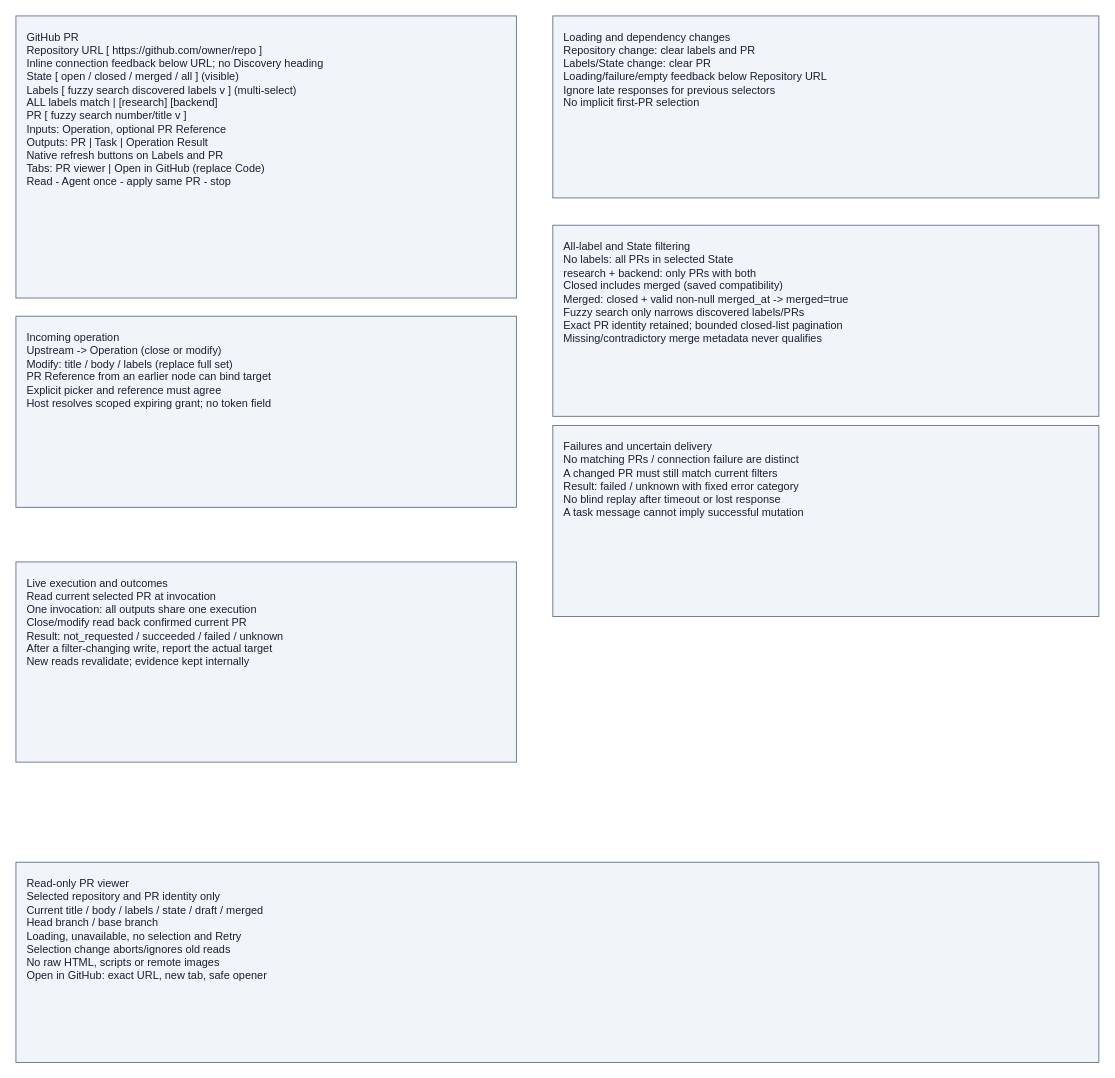
Above: page "GitHub PR" (1 of 3) of projects/laomedo/subsystems/issue-integration/design/github-pr-node.drawio in amadou-6e/specs (draw.io), before the change. Source tidied: cells renumbered, new cells numbered last; positions are measured from the earlier drawing's top-left corner, leaving out a move shared by most shapes. Both pictures are drawn from the tidied source at 91%, with x=0, y=0 at pixel (15, 15).
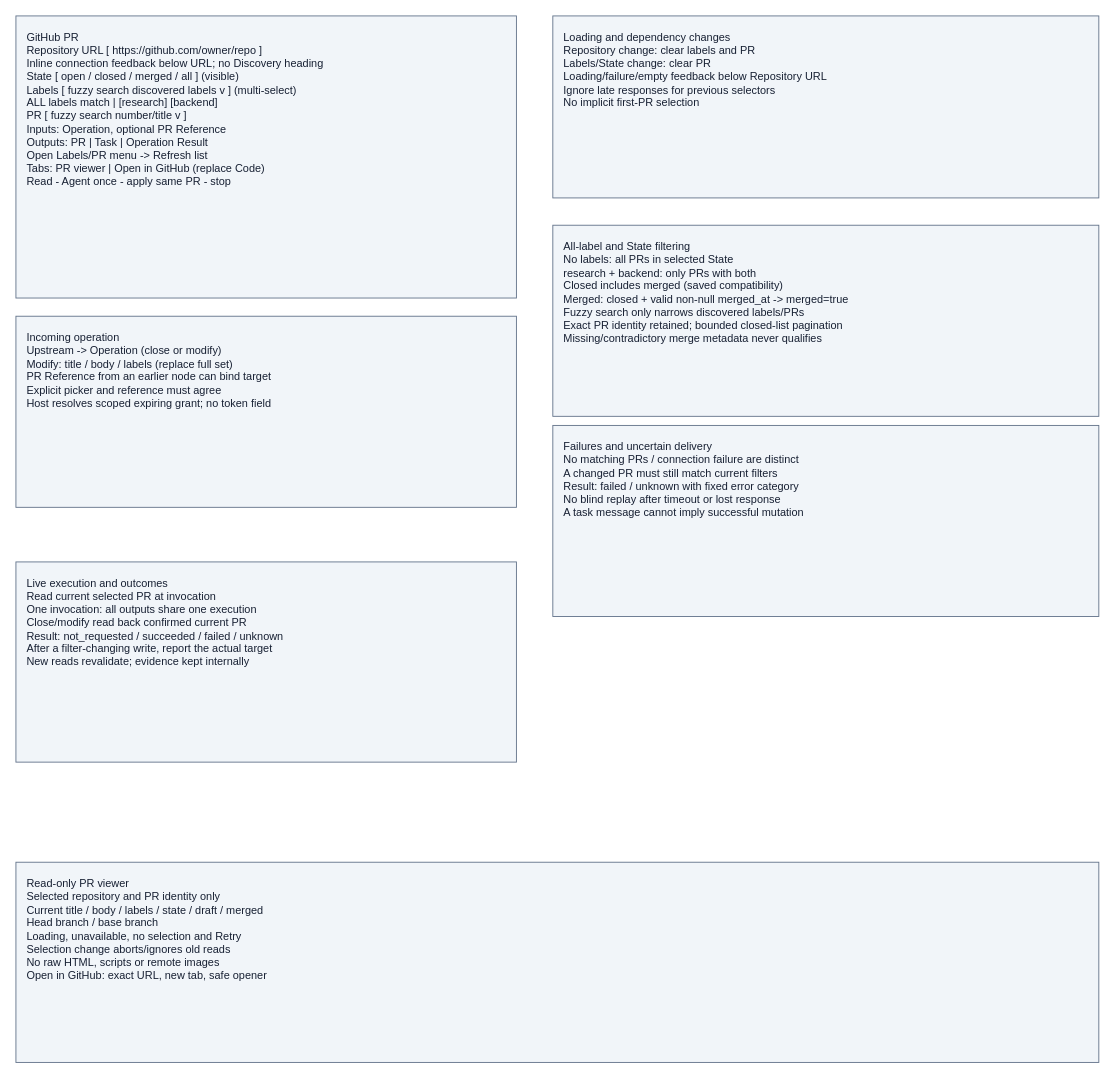
The same page after the edit.

Commit message (it also covers changes not shown here):
Align PR refresh design with native selector menus (#414)

Diff of the diagram source:
```diff
@@
 <mxGraphModel>
   <root>
     <mxCell id="0" />
     <mxCell id="1" parent="0" />
-    <mxCell id="2" value="GitHub PR&#10;Repository URL [ https://github.com/owner/repo ]&#10;Inline connection feedback below URL; no Discovery heading&#10;State [ open / closed / merged / all ] (visible)&#10;Labels [ fuzzy search discovered labels v ] (multi-select)&#10;ALL labels match | [research] [backend]&#10;PR [ fuzzy search number/title v ]&#10;Inputs: Operation, optional PR Reference&#10;Outputs: PR | Task | Operation Result&#10;Native refresh buttons on Labels and PR&#10;Tabs: PR viewer | Open in GitHub (replace Code)&#10;Read - Agent once - apply same PR - stop" style="rounded=0;whiteSpace=wrap;html=0;align=left;verticalAlign=top;spacing=12;fillColor=#f1f5f9;strokeColor=#64748b;fontColor=#172033;" parent="1" vertex="1">
+    <mxCell id="2" value="GitHub PR&#10;Repository URL [ https://github.com/owner/repo ]&#10;Inline connection feedback below URL; no Discovery heading&#10;State [ open / closed / merged / all ] (visible)&#10;Labels [ fuzzy search discovered labels v ] (multi-select)&#10;ALL labels match | [research] [backend]&#10;PR [ fuzzy search number/title v ]&#10;Inputs: Operation, optional PR Reference&#10;Outputs: PR | Task | Operation Result&#10;Open Labels/PR menu -&gt; Refresh list&#10;Tabs: PR viewer | Open in GitHub (replace Code)&#10;Read - Agent once - apply same PR - stop" style="rounded=0;whiteSpace=wrap;html=0;align=left;verticalAlign=top;spacing=12;fillColor=#f1f5f9;strokeColor=#64748b;fontColor=#172033;" parent="1" vertex="1">
       <mxGeometry width="550" height="310" as="geometry" />
     </mxCell>
     <mxCell id="3" value="Loading and dependency changes&#10;Repository change: clear labels and PR&#10;Labels/State change: clear PR&#10;Loading/failure/empty feedback below Repository URL&#10;Ignore late responses for previous selectors&#10;No implicit first-PR selection" style="rounded=0;whiteSpace=wrap;html=0;align=left;verticalAlign=top;spacing=12;fillColor=#f1f5f9;strokeColor=#64748b;fontColor=#172033;" parent="1" vertex="1">
       <mxGeometry x="590" width="600" height="200" as="geometry" />
     </mxCell>
     <mxCell id="4" value="All-label and State filtering&#10;No labels: all PRs in selected State&#10;research + backend: only PRs with both&#10;Closed includes merged (saved compatibility)&#10;Merged: closed + valid non-null merged_at -&gt; merged=true&#10;Fuzzy search only narrows discovered labels/PRs&#10;Exact PR identity retained; bounded closed-list pagination&#10;Missing/contradictory merge metadata never qualifies" style="rounded=0;whiteSpace=wrap;html=0;align=left;verticalAlign=top;spacing=12;fillColor=#f1f5f9;strokeColor=#64748b;fontColor=#172033;" parent="1" vertex="1">
       <mxGeometry x="590" y="230" width="600" height="210" as="geometry" />
     </mxCell>
     <mxCell id="5" value="Incoming operation&#10;Upstream -&gt; Operation (close or modify)&#10;Modify: title / body / labels (replace full set)&#10;PR Reference from an earlier node can bind target&#10;Explicit picker and reference must agree&#10;Host resolves scoped expiring grant; no token field" style="rounded=0;whiteSpace=wrap;html=0;align=left;verticalAlign=top;spacing=12;fillColor=#f1f5f9;strokeColor=#64748b;fontColor=#172033;" parent="1" vertex="1">
       <mxGeometry y="330" width="550" height="210" as="geometry" />
     </mxCell>
     <mxCell id="6" value="Failures and uncertain delivery&#10;No matching PRs / connection failure are distinct&#10;A changed PR must still match current filters&#10;Result: failed / unknown with fixed error category&#10;No blind replay after timeout or lost response&#10;A task message cannot imply successful mutation" style="rounded=0;whiteSpace=wrap;html=0;align=left;verticalAlign=top;spacing=12;fillColor=#f1f5f9;strokeColor=#64748b;fontColor=#172033;" parent="1" vertex="1">
       <mxGeometry x="590" y="450" width="600" height="210" as="geometry" />
     </mxCell>
     <mxCell id="7" value="Live execution and outcomes&#10;Read current selected PR at invocation&#10;One invocation: all outputs share one execution&#10;Close/modify read back confirmed current PR&#10;Result: not_requested / succeeded / failed / unknown&#10;After a filter-changing write, report the actual target&#10;New reads revalidate; evidence kept internally" style="rounded=0;whiteSpace=wrap;html=0;align=left;verticalAlign=top;spacing=12;fillColor=#f1f5f9;strokeColor=#64748b;fontColor=#172033;" parent="1" vertex="1">
       <mxGeometry y="600" width="550" height="220" as="geometry" />
     </mxCell>
     <mxCell id="8" value="Read-only PR viewer&#10;Selected repository and PR identity only&#10;Current title / body / labels / state / draft / merged&#10;Head branch / base branch&#10;Loading, unavailable, no selection and Retry&#10;Selection change aborts/ignores old reads&#10;No raw HTML, scripts or remote images&#10;Open in GitHub: exact URL, new tab, safe opener" style="rounded=0;whiteSpace=wrap;html=0;align=left;verticalAlign=top;spacing=12;fillColor=#f1f5f9;strokeColor=#64748b;fontColor=#172033;" parent="1" vertex="1">
       <mxGeometry y="930" width="1190" height="220" as="geometry" />
     </mxCell>
   </root>
 </mxGraphModel>
```
